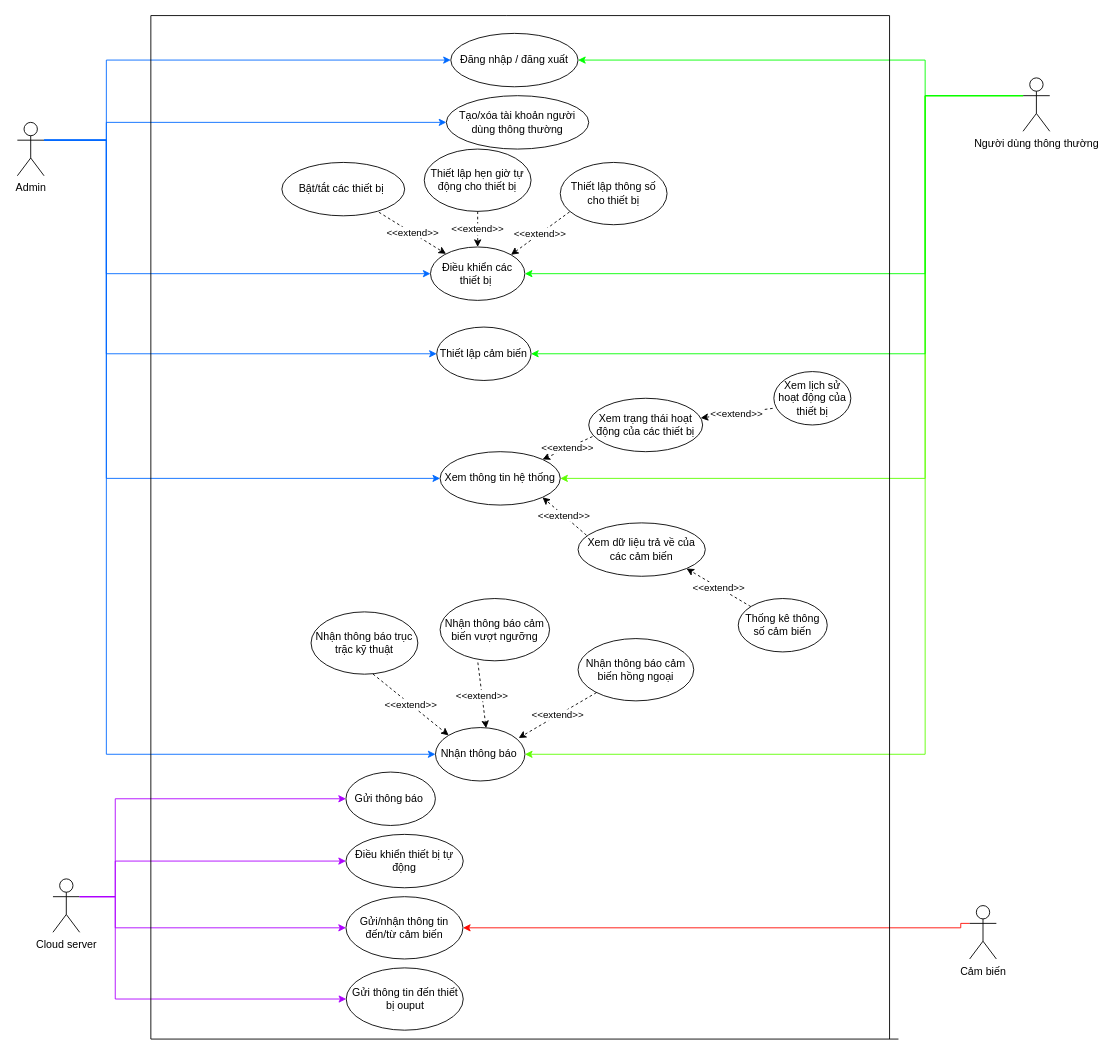
Above: Week 2/Use case diagram.drawio in astr0tas/Smart-Home-CNPM (draw.io), before the change. Source tidied: cells renumbered, new cells numbered last; positions are measured from the earlier drawing's top-left corner, leaving out a move shared by most shapes. Both pictures are drawn from the tidied source at 89%, with x=0, y=0 at pixel (17, 15).
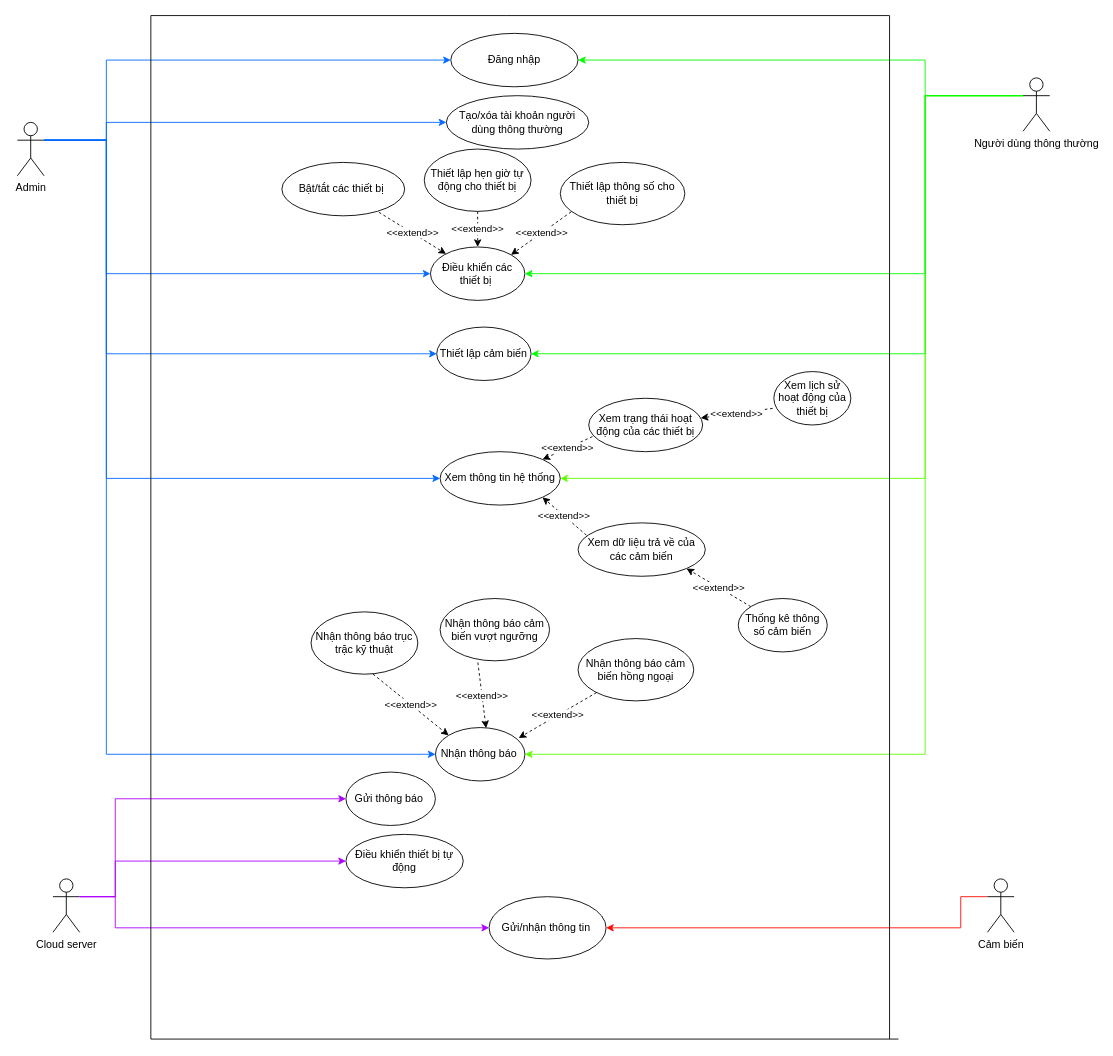
The same page after the edit.

Unchanged cells that the change refers to:
```xml
<mxCell id="32" value="Cloud server" style="shape=umlActor;verticalLabelPosition=bottom;verticalAlign=top;html=1;outlineConnect=0;" parent="1" vertex="1">
  <mxGeometry x="40" y="970" width="30" height="60" as="geometry" />
</mxCell>
```

Diff of the diagram source:
```diff
@@
-    <mxCell id="3" value="Đăng nhập / đăng xuất" style="ellipse;whiteSpace=wrap;html=1;" parent="1" vertex="1">
+    <mxCell id="3" value="Đăng nhập" style="ellipse;whiteSpace=wrap;html=1;" parent="1" vertex="1">
       <mxGeometry x="487" y="20" width="143" height="60" as="geometry" />
     </mxCell>
@@
     <mxCell id="11" value="Cảm biến" style="shape=umlActor;verticalLabelPosition=bottom;verticalAlign=top;html=1;outlineConnect=0;" parent="1" vertex="1">
-      <mxGeometry x="1070" y="1000" width="30" height="60" as="geometry" />
+      <mxGeometry x="1090" y="970" width="30" height="60" as="geometry" />
     </mxCell>
@@
     <mxCell id="18" value="Thiết lập thông số cho thiết bị" style="ellipse;whiteSpace=wrap;html=1;" parent="1" vertex="1">
-      <mxGeometry x="610" y="165" width="120" height="70" as="geometry" />
+      <mxGeometry x="610" y="165" width="140" height="70" as="geometry" />
     </mxCell>
@@
-    <mxCell id="41" value="Gửi/nhận thông tin đến/từ cảm biến" style="ellipse;whiteSpace=wrap;html=1;" parent="1" vertex="1">
-      <mxGeometry x="369.2" y="990" width="131.5" height="70" as="geometry" />
+    <mxCell id="41" value="Gửi/nhận thông tin&amp;nbsp;" style="ellipse;whiteSpace=wrap;html=1;" parent="1" vertex="1">
+      <mxGeometry x="530" y="990" width="131.5" height="70" as="geometry" />
     </mxCell>
@@
-    <mxCell id="50" value="Gửi thông tin đến thiết bị ouput" style="ellipse;whiteSpace=wrap;html=1;" parent="1" vertex="1">
-      <mxGeometry x="369.5" y="1070" width="131.5" height="70" as="geometry" />
-    </mxCell>
-    <mxCell id="51" style="endArrow=classic;html=1;rounded=0;exitX=1;exitY=0.3333333333333333;exitDx=0;exitDy=0;exitPerimeter=0;entryX=0;entryY=0.5;entryDx=0;entryDy=0;fillColor=#e1d5e7;strokeColor=#ae00ff;edgeStyle=orthogonalEdgeStyle;" parent="1" edge="1" source="32" target="50">
-      <mxGeometry relative="1" as="geometry">
-        <Array as="points">
-          <mxPoint x="70" y="990" />
-          <mxPoint x="110" y="990" />
-          <mxPoint x="110" y="1105" />
-        </Array>
-      </mxGeometry>
-    </mxCell>
```
